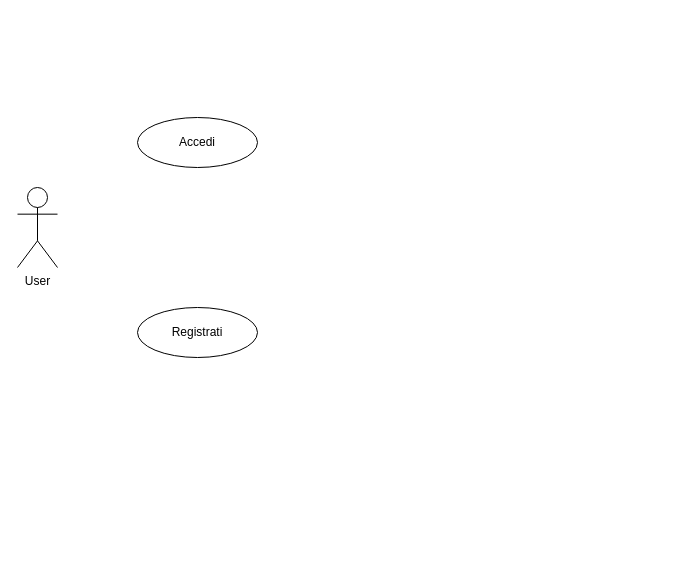
Above: Immagini/Casi_d_uso.drawio in FedePreto/FitTracker (draw.io), before the change. Source tidied: cells renumbered, new cells numbered last; positions are measured from the earlier drawing's top-left corner, leaving out a move shared by most shapes. Both pictures are drawn from the tidied source at 100%, with x=0, y=0 at pixel (17, 117).
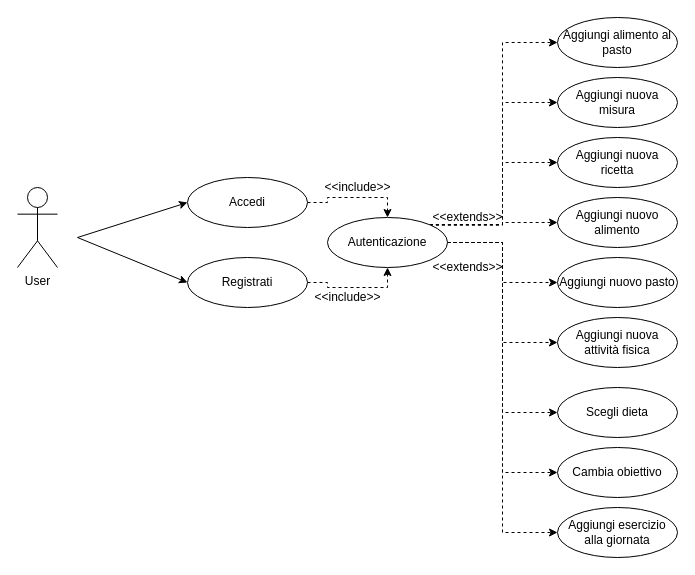
The same page after the edit.

Change to the diagram source:
```diff
@@
+    <mxCell id="5" style="edgeStyle=orthogonalEdgeStyle;rounded=0;jettySize=auto;html=1;exitX=1;exitY=0.5;exitDx=0;exitDy=0;entryX=0.5;entryY=0;entryDx=0;entryDy=0;dashed=1;" parent="1" edge="1" source="3" target="18">
+      <mxGeometry relative="1" as="geometry" />
+    </mxCell>
     <mxCell id="3" value="Accedi" style="ellipse;whiteSpace=wrap;html=1;" parent="1" vertex="1">
-      <mxGeometry x="120" width="120" height="50" as="geometry" />
+      <mxGeometry x="170" y="60" width="120" height="50" as="geometry" />
     </mxCell>
+    <mxCell id="6" style="edgeStyle=orthogonalEdgeStyle;rounded=0;jettySize=auto;html=1;exitX=1;exitY=0.5;exitDx=0;exitDy=0;entryX=0.5;entryY=1;entryDx=0;entryDy=0;dashed=1;" parent="1" edge="1" source="4" target="18">
+      <mxGeometry relative="1" as="geometry" />
+    </mxCell>
     <mxCell id="4" value="Registrati" style="ellipse;whiteSpace=wrap;html=1;" parent="1" vertex="1">
-      <mxGeometry x="120" y="190" width="120" height="50" as="geometry" />
+      <mxGeometry x="170" y="140" width="120" height="50" as="geometry" />
     </mxCell>
+    <mxCell id="7" style="endArrow=classic;html=1;rounded=0;entryX=0;entryY=0.5;entryDx=0;entryDy=0;" parent="1" edge="1" target="3">
+      <mxGeometry relative="1" as="geometry">
+        <mxPoint x="60" y="120" as="sourcePoint" />
+      </mxGeometry>
+    </mxCell>
+    <mxCell id="8" style="endArrow=classic;html=1;rounded=0;entryX=0;entryY=0.5;entryDx=0;entryDy=0;" parent="1" edge="1" target="4">
+      <mxGeometry relative="1" as="geometry">
+        <mxPoint x="60" y="120" as="sourcePoint" />
+      </mxGeometry>
+    </mxCell>
+    <mxCell id="9" style="edgeStyle=orthogonalEdgeStyle;rounded=0;jettySize=auto;html=1;exitX=1;exitY=0;exitDx=0;exitDy=0;entryX=0;entryY=0.5;entryDx=0;entryDy=0;dashed=1;" parent="1" edge="1" source="18" target="21">
+      <mxGeometry relative="1" as="geometry" />
+    </mxCell>
+    <mxCell id="10" style="edgeStyle=orthogonalEdgeStyle;rounded=0;jettySize=auto;html=1;exitX=1;exitY=0;exitDx=0;exitDy=0;entryX=0;entryY=0.5;entryDx=0;entryDy=0;dashed=1;" parent="1" edge="1" source="18" target="22">
+      <mxGeometry relative="1" as="geometry" />
+    </mxCell>
+    <mxCell id="11" style="edgeStyle=orthogonalEdgeStyle;rounded=0;jettySize=auto;html=1;exitX=1;exitY=0;exitDx=0;exitDy=0;entryX=0;entryY=0.5;entryDx=0;entryDy=0;dashed=1;" parent="1" edge="1" source="18" target="23">
+      <mxGeometry relative="1" as="geometry" />
+    </mxCell>
+    <mxCell id="12" style="edgeStyle=orthogonalEdgeStyle;rounded=0;jettySize=auto;html=1;exitX=1;exitY=0;exitDx=0;exitDy=0;entryX=0;entryY=0.5;entryDx=0;entryDy=0;dashed=1;" parent="1" edge="1" source="18" target="24">
+      <mxGeometry relative="1" as="geometry" />
+    </mxCell>
+    <mxCell id="13" style="edgeStyle=orthogonalEdgeStyle;rounded=0;jettySize=auto;html=1;exitX=1;exitY=0.5;exitDx=0;exitDy=0;entryX=0;entryY=0.5;entryDx=0;entryDy=0;dashed=1;" parent="1" edge="1" source="18" target="25">
+      <mxGeometry relative="1" as="geometry" />
+    </mxCell>
+    <mxCell id="14" style="edgeStyle=orthogonalEdgeStyle;rounded=0;jettySize=auto;html=1;exitX=1;exitY=0.5;exitDx=0;exitDy=0;entryX=0;entryY=0.5;entryDx=0;entryDy=0;dashed=1;" parent="1" edge="1" source="18" target="26">
+      <mxGeometry relative="1" as="geometry" />
+    </mxCell>
+    <mxCell id="15" style="edgeStyle=orthogonalEdgeStyle;rounded=0;jettySize=auto;html=1;exitX=1;exitY=0.5;exitDx=0;exitDy=0;entryX=0;entryY=0.5;entryDx=0;entryDy=0;dashed=1;" parent="1" edge="1" source="18" target="27">
+      <mxGeometry relative="1" as="geometry" />
+    </mxCell>
+    <mxCell id="16" style="edgeStyle=orthogonalEdgeStyle;rounded=0;jettySize=auto;html=1;exitX=1;exitY=0.5;exitDx=0;exitDy=0;entryX=0;entryY=0.5;entryDx=0;entryDy=0;dashed=1;" parent="1" edge="1" source="18" target="28">
+      <mxGeometry relative="1" as="geometry" />
+    </mxCell>
+    <mxCell id="17" style="edgeStyle=orthogonalEdgeStyle;rounded=0;jettySize=auto;html=1;exitX=1;exitY=0.5;exitDx=0;exitDy=0;entryX=0;entryY=0.5;entryDx=0;entryDy=0;dashed=1;" parent="1" edge="1" source="18" target="29">
+      <mxGeometry relative="1" as="geometry" />
+    </mxCell>
+    <mxCell id="18" value="Autenticazione" style="ellipse;whiteSpace=wrap;html=1;" parent="1" vertex="1">
+      <mxGeometry x="310" y="100" width="120" height="50" as="geometry" />
+    </mxCell>
+    <mxCell id="19" value="&amp;lt;&amp;lt;include&amp;gt;&amp;gt;" style="text;html=1;align=center;verticalAlign=middle;strokeColor=none;fillColor=none;" parent="1" vertex="1">
+      <mxGeometry x="300" y="60" width="80" height="20" as="geometry" />
+    </mxCell>
+    <mxCell id="20" value="&amp;lt;&amp;lt;include&amp;gt;&amp;gt;" style="text;html=1;align=center;verticalAlign=middle;strokeColor=none;fillColor=none;" parent="1" vertex="1">
+      <mxGeometry x="290" y="170" width="80" height="20" as="geometry" />
+    </mxCell>
+    <mxCell id="21" value="Aggiungi alimento al pasto" style="ellipse;whiteSpace=wrap;html=1;" parent="1" vertex="1">
+      <mxGeometry x="540" y="-100" width="120" height="50" as="geometry" />
+    </mxCell>
+    <mxCell id="22" value="Aggiungi nuova misura" style="ellipse;whiteSpace=wrap;html=1;" parent="1" vertex="1">
+      <mxGeometry x="540" y="-40" width="120" height="50" as="geometry" />
+    </mxCell>
+    <mxCell id="23" value="Aggiungi nuova ricetta" style="ellipse;whiteSpace=wrap;html=1;" parent="1" vertex="1">
+      <mxGeometry x="540" y="20" width="120" height="50" as="geometry" />
+    </mxCell>
+    <mxCell id="24" value="Aggiungi nuovo&lt;br&gt;alimento" style="ellipse;whiteSpace=wrap;html=1;" parent="1" vertex="1">
+      <mxGeometry x="540" y="80" width="120" height="50" as="geometry" />
+    </mxCell>
+    <mxCell id="25" value="Aggiungi nuovo pasto" style="ellipse;whiteSpace=wrap;html=1;" parent="1" vertex="1">
+      <mxGeometry x="540" y="140" width="120" height="50" as="geometry" />
+    </mxCell>
+    <mxCell id="26" value="Aggiungi nuova attività fisica" style="ellipse;whiteSpace=wrap;html=1;" parent="1" vertex="1">
+      <mxGeometry x="540" y="200" width="120" height="50" as="geometry" />
+    </mxCell>
+    <mxCell id="27" value="Scegli dieta" style="ellipse;whiteSpace=wrap;html=1;" parent="1" vertex="1">
+      <mxGeometry x="540" y="270" width="120" height="50" as="geometry" />
+    </mxCell>
+    <mxCell id="28" value="Cambia obiettivo" style="ellipse;whiteSpace=wrap;html=1;" parent="1" vertex="1">
+      <mxGeometry x="540" y="330" width="120" height="50" as="geometry" />
+    </mxCell>
+    <mxCell id="29" value="Aggiungi esercizio alla giornata" style="ellipse;whiteSpace=wrap;html=1;" parent="1" vertex="1">
+      <mxGeometry x="540" y="390" width="120" height="50" as="geometry" />
+    </mxCell>
+    <mxCell id="30" value="&amp;lt;&amp;lt;extends&amp;gt;&amp;gt;" style="text;html=1;align=center;verticalAlign=middle;strokeColor=none;fillColor=none;" parent="1" vertex="1">
+      <mxGeometry x="405" y="90" width="90" height="20" as="geometry" />
+    </mxCell>
+    <mxCell id="31" value="&amp;lt;&amp;lt;extends&amp;gt;&amp;gt;" style="text;html=1;align=center;verticalAlign=middle;strokeColor=none;fillColor=none;" parent="1" vertex="1">
+      <mxGeometry x="405" y="140" width="90" height="20" as="geometry" />
+    </mxCell>
```
